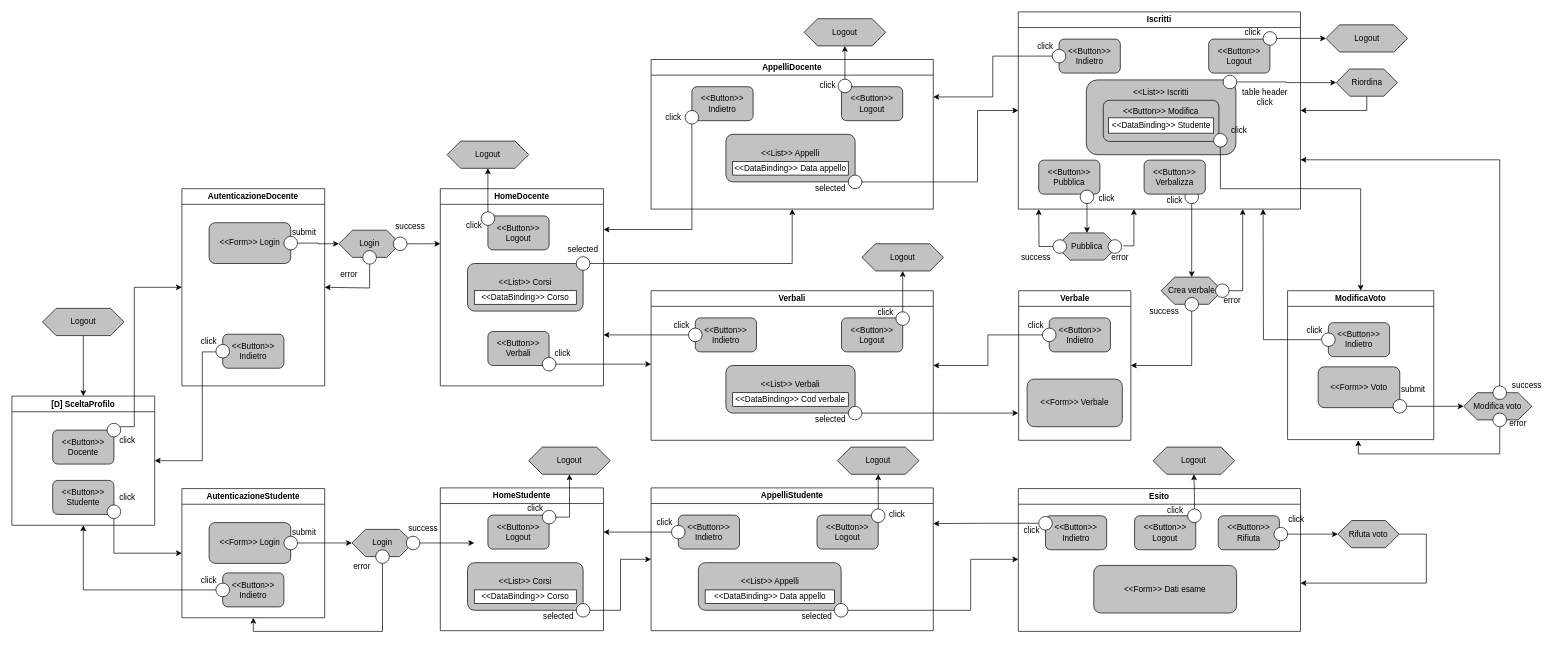
The draw.io diagram Diagramma IFMLpure HTML.drawio in StefanoBernardotto/TIW-polimi_24-25, before the edit. Source tidied: cells renumbered, new cells numbered last; positions are measured from the earlier drawing's top-left corner, leaving out a move shared by most shapes. Both pictures are drawn from the tidied source at 68%, with x=0, y=0 at pixel (12, 12).
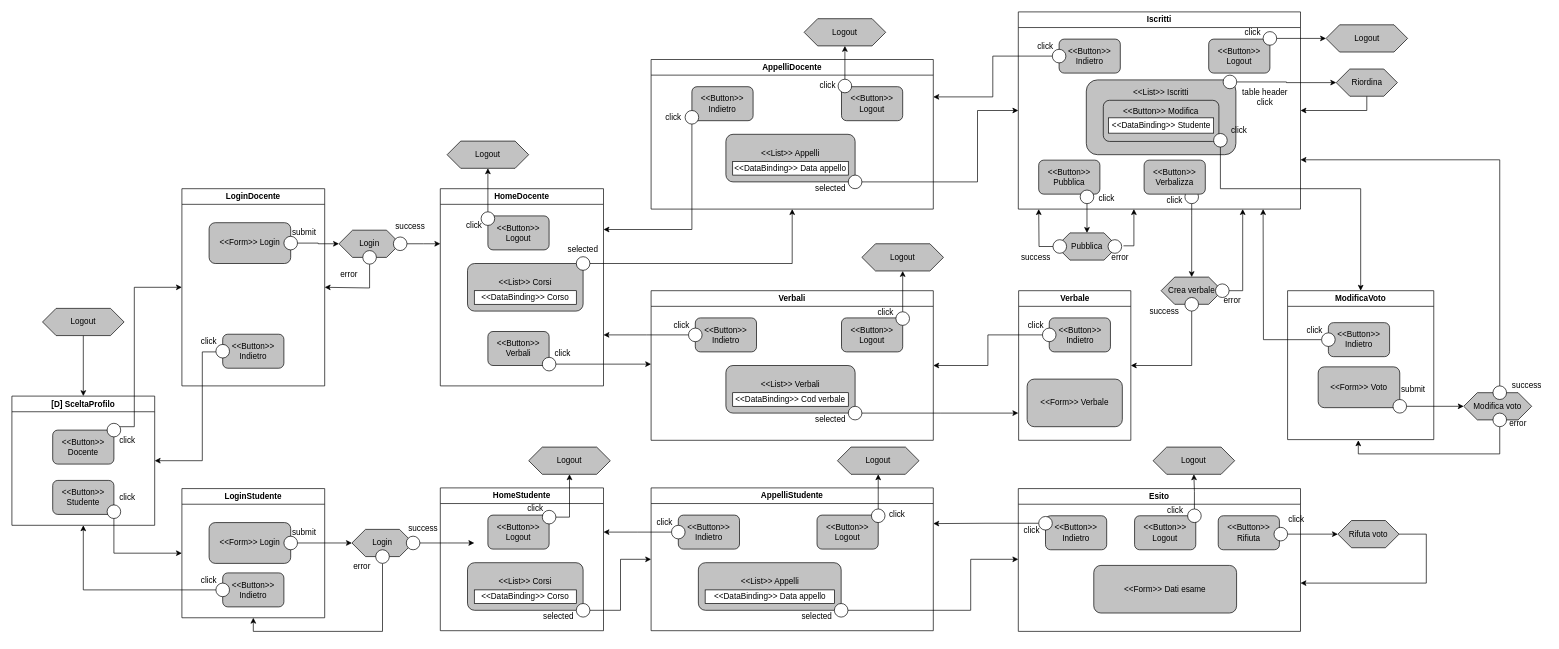
After the change.

What changed in the source:
```diff
@@
-    <mxCell id="3" value="AutenticazioneDocente" style="swimlane;whiteSpace=wrap;html=1;startSize=23;" parent="1" vertex="1">
+    <mxCell id="3" value="LoginDocente" style="swimlane;whiteSpace=wrap;html=1;startSize=23;" parent="1" vertex="1">
       <mxGeometry x="250" y="260" width="210" height="290" as="geometry" />
     </mxCell>
@@
-    <mxCell id="153" value="AutenticazioneStudente" style="swimlane;whiteSpace=wrap;html=1;startSize=23;" parent="1" vertex="1">
+    <mxCell id="153" value="LoginStudente" style="swimlane;whiteSpace=wrap;html=1;startSize=23;" parent="1" vertex="1">
       <mxGeometry x="250" y="701" width="210" height="190" as="geometry" />
     </mxCell>
```
